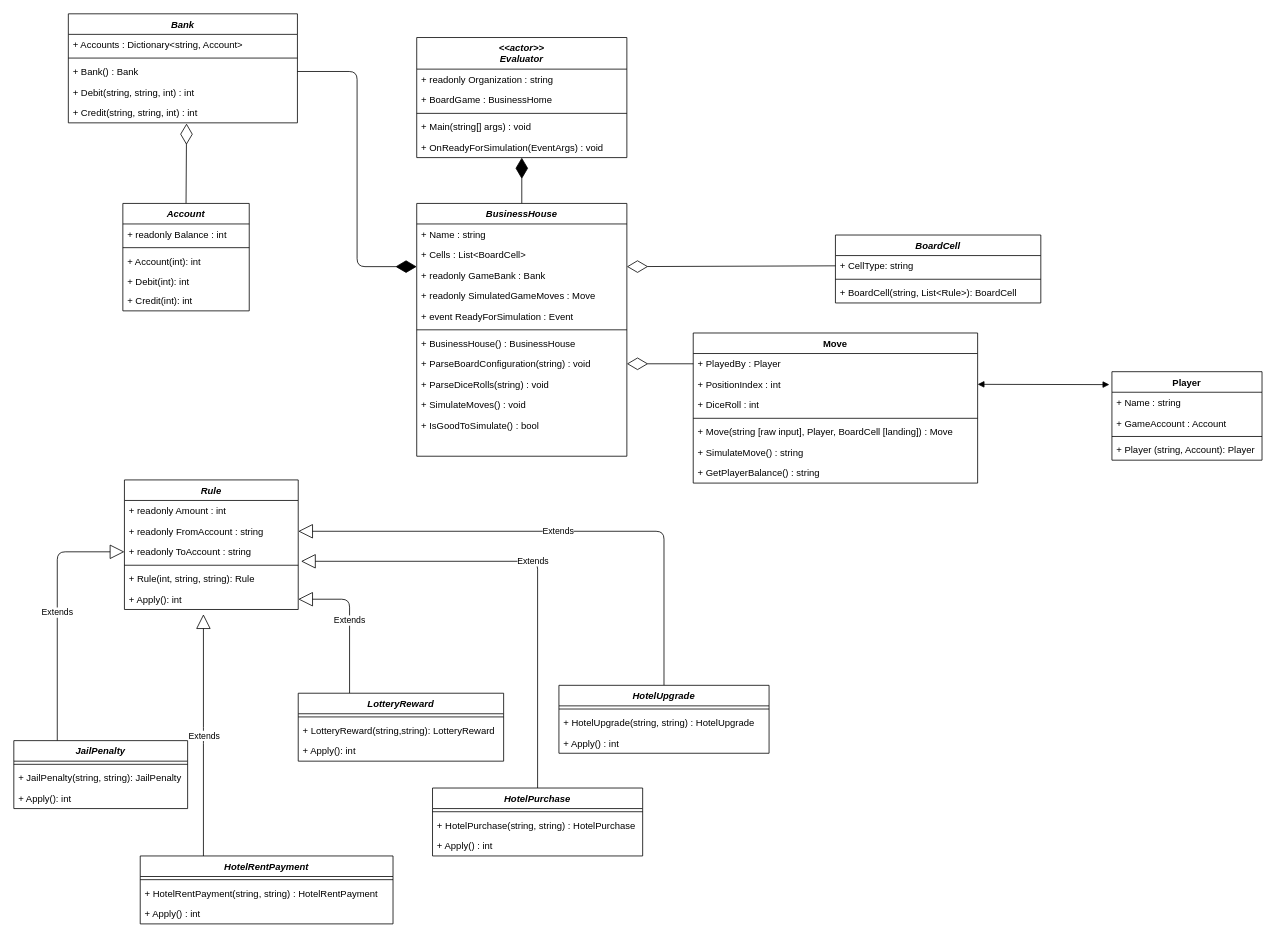
Earlier version of the draw.io diagram design/boardgame-logicalview.drawio (ksivasenthil/boardgame). Source tidied: cells renumbered, new cells numbered last; positions are measured from the earlier drawing's top-left corner, leaving out a move shared by most shapes. Both pictures are drawn from the tidied source at 79%, with x=0, y=0 at pixel (13, 13).
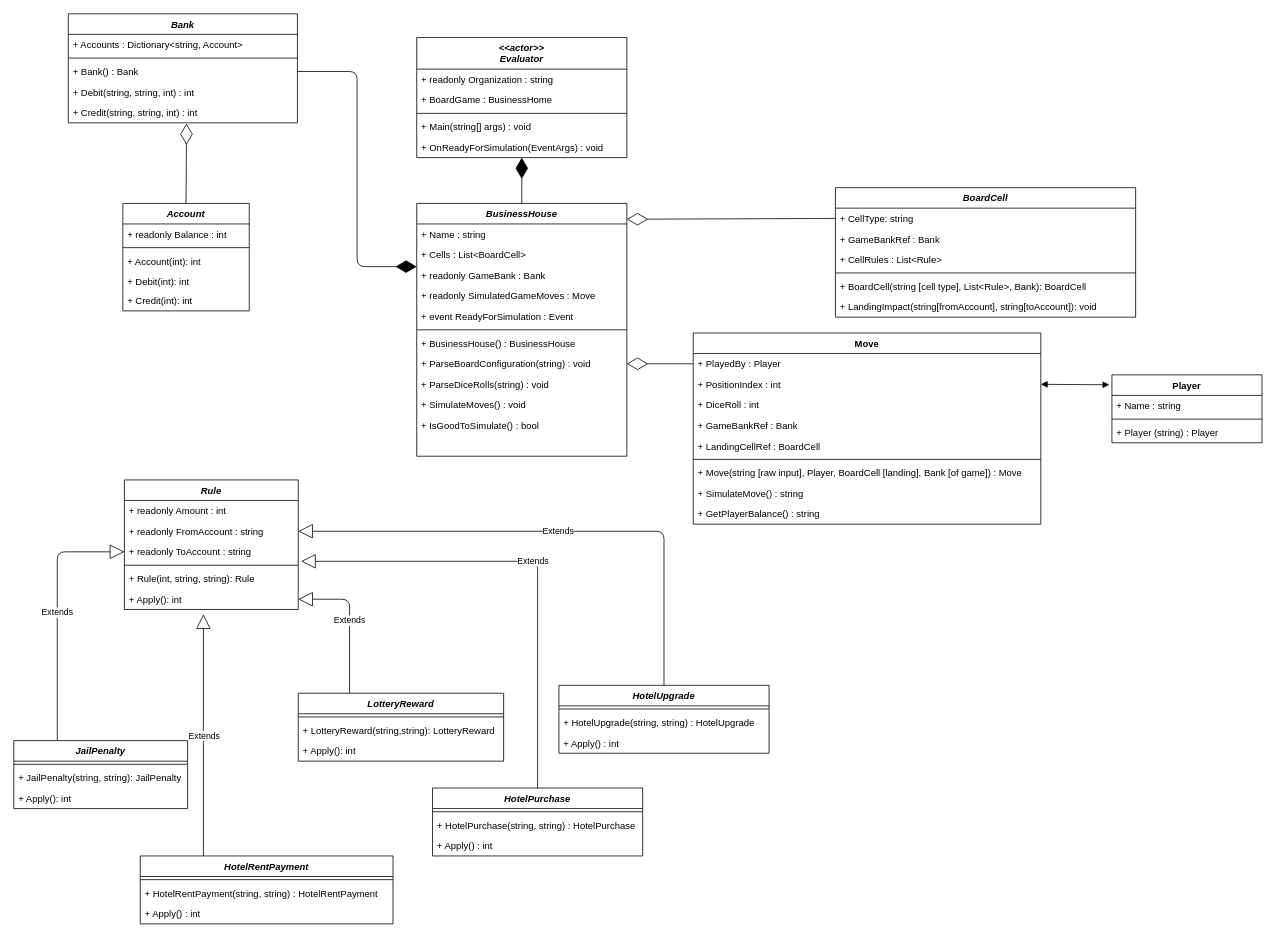
After the change.

Commit message:
updated to functionally complete the design

Unchanged cells that the change refers to:
```xml
<mxCell id="9" value="BusinessHouse" style="swimlane;fontStyle=3;align=center;verticalAlign=top;horizontal=1;startSize=26;rounded=0;shadow=0;strokeWidth=1;" parent="1" vertex="1">
  <mxGeometry x="510" y="240" width="266" height="320" as="geometry" />
</mxCell>
```

The edit, as a diff of the source:
```diff
@@
-    <mxCell id="21" style="endArrow=diamondThin;endFill=0;endSize=24;html=1;entryX=1;entryY=0.25;entryDx=0;entryDy=0;exitX=0;exitY=0.5;exitDx=0;exitDy=0;startSize=0;" parent="1" edge="1" source="39" target="9">
-      <mxGeometry relative="1" as="geometry" />
+    <mxCell id="21" style="endArrow=diamondThin;endFill=0;endSize=24;html=1;entryX=1;entryY=0.25;entryDx=0;entryDy=0;exitX=0;exitY=0.5;exitDx=0;exitDy=0;startSize=0;" parent="1" edge="1" source="39">
+      <mxGeometry relative="1" as="geometry">
+        <mxPoint x="776" y="260" as="targetPoint" />
+      </mxGeometry>
     </mxCell>
@@
-    <mxCell id="38" value="BoardCell" style="swimlane;fontStyle=3;align=center;verticalAlign=top;horizontal=1;startSize=26;" parent="1" vertex="1">
-      <mxGeometry x="1040" y="280" width="260" height="86" as="geometry" />
-    </mxCell>
-    <mxCell id="39" value="+ CellType: string" style="text;strokeColor=none;fillColor=none;align=left;verticalAlign=top;spacingLeft=4;spacingRight=4;overflow=hidden;points=[[0,0.5],[1,0.5]];portConstraint=eastwest;" parent="38" vertex="1">
-      <mxGeometry y="26" width="260" height="26" as="geometry" />
-    </mxCell>
-    <mxCell id="40" style="line;strokeWidth=1;fillColor=none;align=left;verticalAlign=middle;spacingTop=-1;spacingLeft=3;spacingRight=3;labelPosition=right;" parent="38" vertex="1">
-      <mxGeometry y="52" width="260" height="8" as="geometry" />
-    </mxCell>
-    <mxCell id="41" value="+ BoardCell(string, List&lt;Rule&gt;): BoardCell" style="text;strokeColor=none;fillColor=none;align=left;verticalAlign=top;spacingLeft=4;spacingRight=4;overflow=hidden;" parent="38" vertex="1">
-      <mxGeometry y="60" width="260" height="26" as="geometry" />
-    </mxCell>
@@
+    <mxCell id="38" value="BoardCell" style="swimlane;fontStyle=3;align=center;verticalAlign=top;horizontal=1;startSize=26;" parent="1" vertex="1">
+      <mxGeometry x="1040" y="220" width="380" height="164" as="geometry" />
+    </mxCell>
+    <mxCell id="39" value="+ CellType: string" style="text;strokeColor=none;fillColor=none;align=left;verticalAlign=top;spacingLeft=4;spacingRight=4;overflow=hidden;points=[[0,0.5],[1,0.5]];portConstraint=eastwest;" parent="38" vertex="1">
+      <mxGeometry y="26" width="380" height="26" as="geometry" />
+    </mxCell>
+    <mxCell id="87" value="+ GameBankRef : Bank" style="text;strokeColor=none;fillColor=none;align=left;verticalAlign=top;spacingLeft=4;spacingRight=4;overflow=hidden;" parent="38" vertex="1">
+      <mxGeometry y="52" width="380" height="26" as="geometry" />
+    </mxCell>
+    <mxCell id="88" value="+ CellRules : List&lt;Rule&gt;" style="text;strokeColor=none;fillColor=none;align=left;verticalAlign=top;spacingLeft=4;spacingRight=4;overflow=hidden;" parent="38" vertex="1">
+      <mxGeometry y="78" width="380" height="26" as="geometry" />
+    </mxCell>
+    <mxCell id="40" style="line;strokeWidth=1;fillColor=none;align=left;verticalAlign=middle;spacingTop=-1;spacingLeft=3;spacingRight=3;labelPosition=right;" parent="38" vertex="1">
+      <mxGeometry y="104" width="380" height="8" as="geometry" />
+    </mxCell>
+    <mxCell id="41" value="+ BoardCell(string [cell type], List&lt;Rule&gt;, Bank): BoardCell" style="text;strokeColor=none;fillColor=none;align=left;verticalAlign=top;spacingLeft=4;spacingRight=4;overflow=hidden;" parent="38" vertex="1">
+      <mxGeometry y="112" width="380" height="26" as="geometry" />
+    </mxCell>
+    <mxCell id="89" value="+ LandingImpact(string[fromAccount], string[toAccount]): void" style="text;strokeColor=none;fillColor=none;align=left;verticalAlign=top;spacingLeft=4;spacingRight=4;overflow=hidden;" parent="38" vertex="1">
+      <mxGeometry y="138" width="380" height="26" as="geometry" />
+    </mxCell>
@@
     <mxCell id="68" value="Move" style="swimlane;fontStyle=1;align=center;verticalAlign=top;horizontal=1;startSize=26;" parent="1" vertex="1">
-      <mxGeometry x="860" y="404" width="360" height="190" as="geometry" />
+      <mxGeometry x="860" y="404" width="440" height="242" as="geometry" />
     </mxCell>
     <mxCell id="69" value="+ PlayedBy : Player" style="text;strokeColor=none;fillColor=none;align=left;verticalAlign=top;spacingLeft=4;spacingRight=4;overflow=hidden;points=[[0,0.5],[1,0.5]];portConstraint=eastwest;" parent="68" vertex="1">
-      <mxGeometry y="26" width="360" height="26" as="geometry" />
+      <mxGeometry y="26" width="440" height="26" as="geometry" />
     </mxCell>
     <mxCell id="70" value="+ PositionIndex : int" style="text;strokeColor=none;fillColor=none;align=left;verticalAlign=top;spacingLeft=4;spacingRight=4;overflow=hidden;points=[[0,0.5],[1,0.5]];portConstraint=eastwest;" parent="68" vertex="1">
-      <mxGeometry y="52" width="360" height="26" as="geometry" />
+      <mxGeometry y="52" width="440" height="26" as="geometry" />
     </mxCell>
     <mxCell id="71" value="+ DiceRoll : int" style="text;strokeColor=none;fillColor=none;align=left;verticalAlign=top;spacingLeft=4;spacingRight=4;overflow=hidden;" parent="68" vertex="1">
-      <mxGeometry y="78" width="360" height="26" as="geometry" />
+      <mxGeometry y="78" width="440" height="26" as="geometry" />
     </mxCell>
+    <mxCell id="90" value="+ GameBankRef : Bank" style="text;strokeColor=none;fillColor=none;align=left;verticalAlign=top;spacingLeft=4;spacingRight=4;overflow=hidden;" parent="68" vertex="1">
+      <mxGeometry y="104" width="440" height="26" as="geometry" />
+    </mxCell>
+    <mxCell id="91" value="+ LandingCellRef : BoardCell" style="text;strokeColor=none;fillColor=none;align=left;verticalAlign=top;spacingLeft=4;spacingRight=4;overflow=hidden;" parent="68" vertex="1">
+      <mxGeometry y="130" width="440" height="26" as="geometry" />
+    </mxCell>
     <mxCell id="72" style="line;strokeWidth=1;fillColor=none;align=left;verticalAlign=middle;spacingTop=-1;spacingLeft=3;spacingRight=3;labelPosition=right;" parent="68" vertex="1">
-      <mxGeometry y="104" width="360" height="8" as="geometry" />
+      <mxGeometry y="156" width="440" height="8" as="geometry" />
     </mxCell>
-    <mxCell id="73" value="+ Move(string [raw input], Player, BoardCell [landing]) : Move" style="text;strokeColor=none;fillColor=none;align=left;verticalAlign=top;spacingLeft=4;spacingRight=4;overflow=hidden;" parent="68" vertex="1">
-      <mxGeometry y="112" width="360" height="26" as="geometry" />
+    <mxCell id="73" value="+ Move(string [raw input], Player, BoardCell [landing], Bank [of game]) : Move" style="text;strokeColor=none;fillColor=none;align=left;verticalAlign=top;spacingLeft=4;spacingRight=4;overflow=hidden;" parent="68" vertex="1">
+      <mxGeometry y="164" width="440" height="26" as="geometry" />
     </mxCell>
     <mxCell id="74" value="+ SimulateMove() : string" style="text;strokeColor=none;fillColor=none;align=left;verticalAlign=top;spacingLeft=4;spacingRight=4;overflow=hidden;" parent="68" vertex="1">
-      <mxGeometry y="138" width="360" height="26" as="geometry" />
+      <mxGeometry y="190" width="440" height="26" as="geometry" />
     </mxCell>
     <mxCell id="75" value="+ GetPlayerBalance() : string" style="text;strokeColor=none;fillColor=none;align=left;verticalAlign=top;spacingLeft=4;spacingRight=4;overflow=hidden;" parent="68" vertex="1">
-      <mxGeometry y="164" width="360" height="26" as="geometry" />
+      <mxGeometry y="216" width="440" height="26" as="geometry" />
     </mxCell>
     <mxCell id="76" value="Player" style="swimlane;fontStyle=1;align=center;verticalAlign=top;horizontal=1;startSize=26;" parent="1" vertex="1">
-      <mxGeometry x="1390" y="453" width="190" height="112" as="geometry" />
+      <mxGeometry x="1390" y="457" width="190" height="86" as="geometry" />
     </mxCell>
@@
-    <mxCell id="78" value="+ GameAccount : Account" style="text;strokeColor=none;fillColor=none;align=left;verticalAlign=top;spacingLeft=4;spacingRight=4;overflow=hidden;" parent="76" vertex="1">
-      <mxGeometry y="52" width="190" height="26" as="geometry" />
-    </mxCell>
     <mxCell id="79" style="line;strokeWidth=1;fillColor=none;align=left;verticalAlign=middle;spacingTop=-1;spacingLeft=3;spacingRight=3;labelPosition=right;" parent="76" vertex="1">
-      <mxGeometry y="78" width="190" height="8" as="geometry" />
+      <mxGeometry y="52" width="190" height="8" as="geometry" />
     </mxCell>
-    <mxCell id="80" value="+ Player (string, Account): Player" style="text;strokeColor=none;fillColor=none;align=left;verticalAlign=top;spacingLeft=4;spacingRight=4;overflow=hidden;" parent="76" vertex="1">
-      <mxGeometry y="86" width="190" height="26" as="geometry" />
+    <mxCell id="80" value="+ Player (string) : Player" style="text;strokeColor=none;fillColor=none;align=left;verticalAlign=top;spacingLeft=4;spacingRight=4;overflow=hidden;" parent="76" vertex="1">
+      <mxGeometry y="60" width="190" height="26" as="geometry" />
     </mxCell>
```
